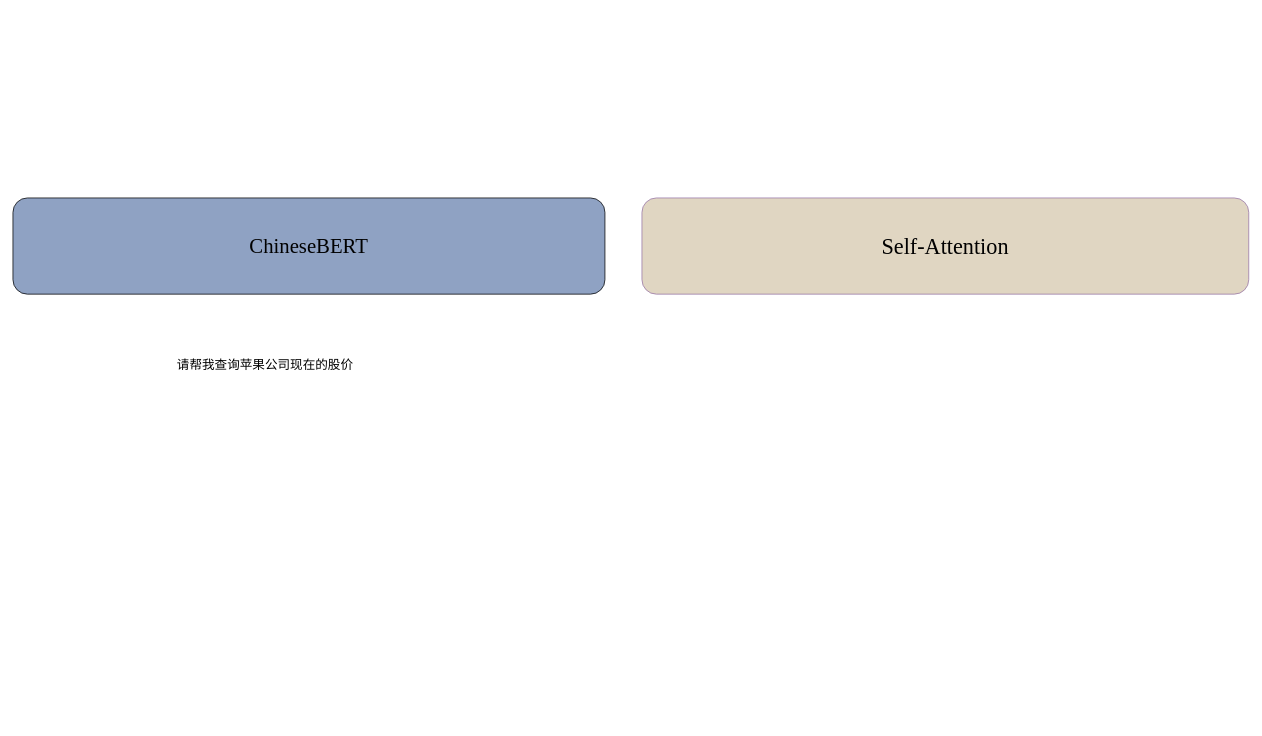
The draw.io diagram propmt_chineseNLU/framework.drawio in lengyueit/paper_pic, before the edit. Source tidied: cells renumbered, new cells numbered last; positions are measured from the earlier drawing's top-left corner, leaving out a move shared by most shapes. Both pictures are drawn from the tidied source at 74%, with x=0, y=0 at pixel (13, 198).
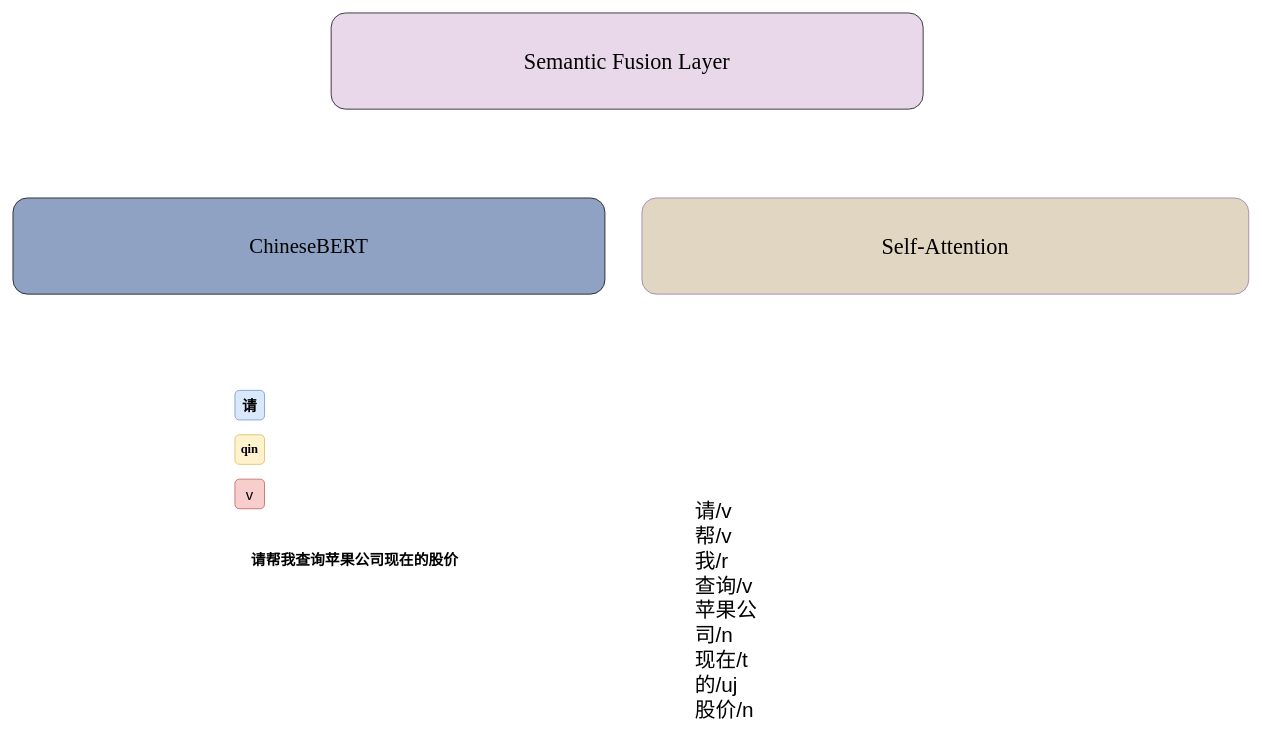
Above is the later version.

Diff of the diagram source:
```diff
@@
 <mxGraphModel>
   <root>
     <mxCell id="0" />
     <mxCell id="1" parent="0" />
     <mxCell id="2" value="&lt;font style=&quot;font-size: 28px;&quot; face=&quot;Times New Roman&quot;&gt;ChineseBERT&lt;/font&gt;" style="rounded=1;whiteSpace=wrap;html=1;fillColor=#8FA2C3;strokeColor=default;gradientColor=none;" parent="1" vertex="1">
       <mxGeometry width="800" height="130" as="geometry" />
     </mxCell>
-    <mxCell id="3" value="请帮我查询苹果公司现在的股价" style="text;whiteSpace=wrap;fontFamily=等线;fontSize=17;" parent="1" vertex="1">
-      <mxGeometry x="220" y="210" width="490" height="40" as="geometry" />
+    <mxCell id="3" value="请帮我查询苹果公司现在的股价" style="text;whiteSpace=wrap;fontFamily=等线;fontSize=20;fontStyle=1;" parent="1" vertex="1">
+      <mxGeometry x="320" y="470" width="290" height="40" as="geometry" />
     </mxCell>
     <mxCell id="4" value="&lt;font style=&quot;font-size: 30px;&quot; face=&quot;Times New Roman&quot;&gt;Self-Attention&lt;/font&gt;" style="rounded=1;whiteSpace=wrap;html=1;fillColor=#E0D6C2;strokeColor=#9673a6;" parent="1" vertex="1">
       <mxGeometry x="850" width="820" height="130" as="geometry" />
     </mxCell>
+    <mxCell id="5" value="请/v&#10;帮/v&#10;我/r&#10;查询/v&#10;苹果公司/n&#10;现在/t&#10;的/uj&#10;股价/n" style="text;whiteSpace=wrap;fontSize=28;" parent="1" vertex="1">
+      <mxGeometry x="920" y="400" width="90" height="140" as="geometry" />
+    </mxCell>
+    <mxCell id="6" style="group;" parent="1" vertex="1">
+      <mxGeometry x="300" y="260" width="40" height="160" as="geometry" />
+    </mxCell>
+    <mxCell id="7" value="&lt;span style=&quot;font-family: 等线; text-align: left;&quot;&gt;&lt;font style=&quot;font-size: 20px;&quot;&gt;请&lt;/font&gt;&lt;/span&gt;" style="rounded=1;whiteSpace=wrap;html=1;fillColor=#dae8fc;strokeColor=#6c8ebf;fontStyle=1;" parent="6" vertex="1">
+      <mxGeometry width="40" height="40" as="geometry" />
+    </mxCell>
+    <mxCell id="8" value="&lt;span style=&quot;font-size: 17px; text-align: left;&quot;&gt;&lt;font face=&quot;Times New Roman&quot;&gt;qin&lt;/font&gt;&lt;/span&gt;" style="rounded=1;whiteSpace=wrap;html=1;fillColor=#fff2cc;strokeColor=#d6b656;fontStyle=1;" parent="6" vertex="1">
+      <mxGeometry y="60" width="40" height="40" as="geometry" />
+    </mxCell>
+    <mxCell id="9" value="&lt;span style=&quot;font-weight: 400; text-align: left;&quot;&gt;&lt;font style=&quot;font-size: 20px;&quot;&gt;v&lt;/font&gt;&lt;/span&gt;" style="rounded=1;whiteSpace=wrap;html=1;fillColor=#f8cecc;strokeColor=#b85450;fontStyle=1;" parent="6" vertex="1">
+      <mxGeometry y="120" width="40" height="40" as="geometry" />
+    </mxCell>
+    <mxCell id="10" value="&lt;font style=&quot;font-size: 30px;&quot; face=&quot;Times New Roman&quot;&gt;Semantic Fusion Layer&lt;/font&gt;" style="rounded=1;whiteSpace=wrap;html=1;fillColor=#e8d8ea;strokeColor=default;gradientColor=none;" parent="1" vertex="1">
+      <mxGeometry x="430" y="-250" width="800" height="130" as="geometry" />
+    </mxCell>
   </root>
 </mxGraphModel>
```
